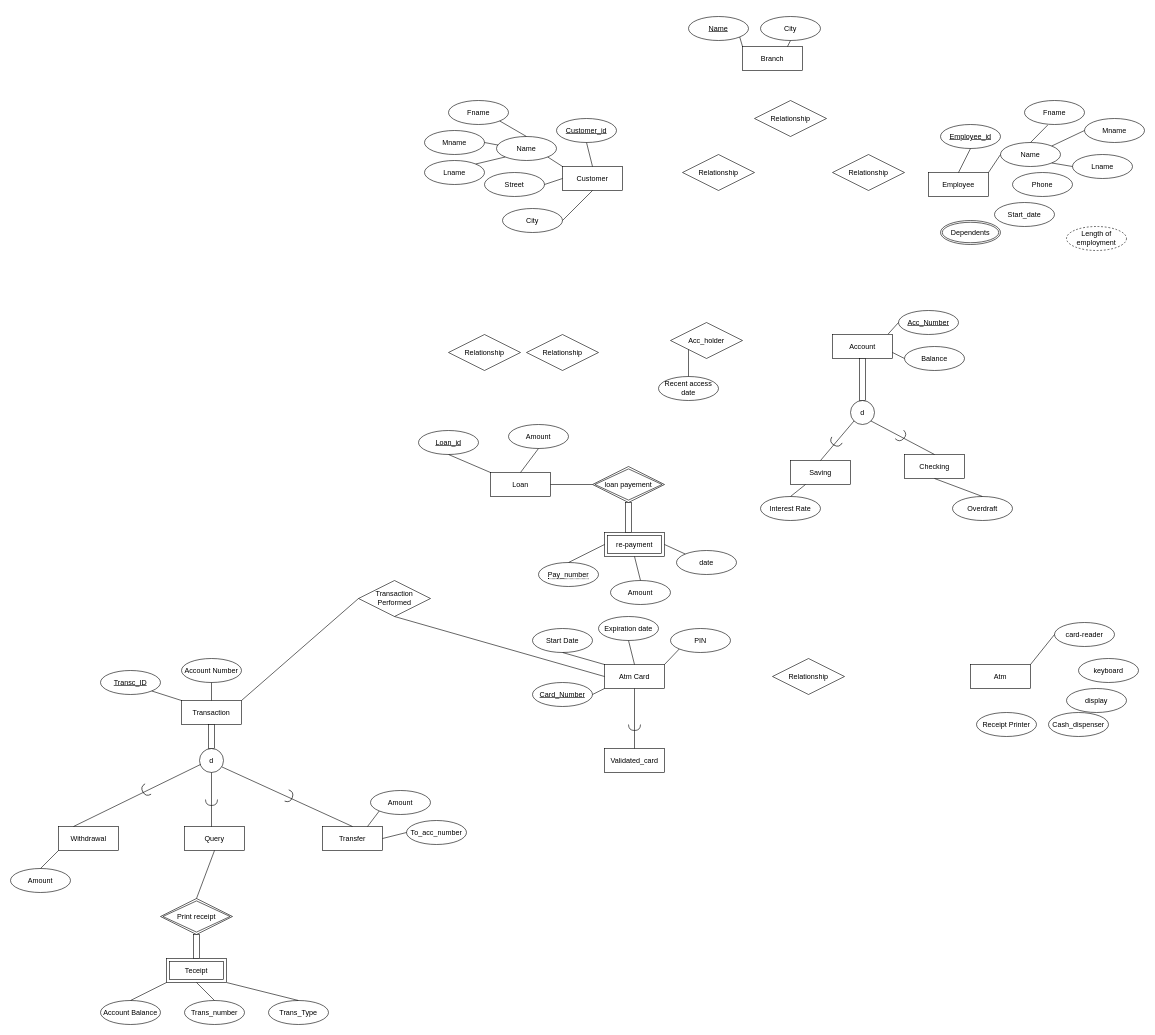
Before: Lab3.drawio in MuhammadIrfan92/Database-Engineering-Semester-7, a draw.io diagram. Source tidied: cells renumbered, new cells numbered last; positions are measured from the earlier drawing's top-left corner, leaving out a move shared by most shapes. Both pictures are drawn from the tidied source at 60%, with x=0, y=0 at pixel (10, 16).
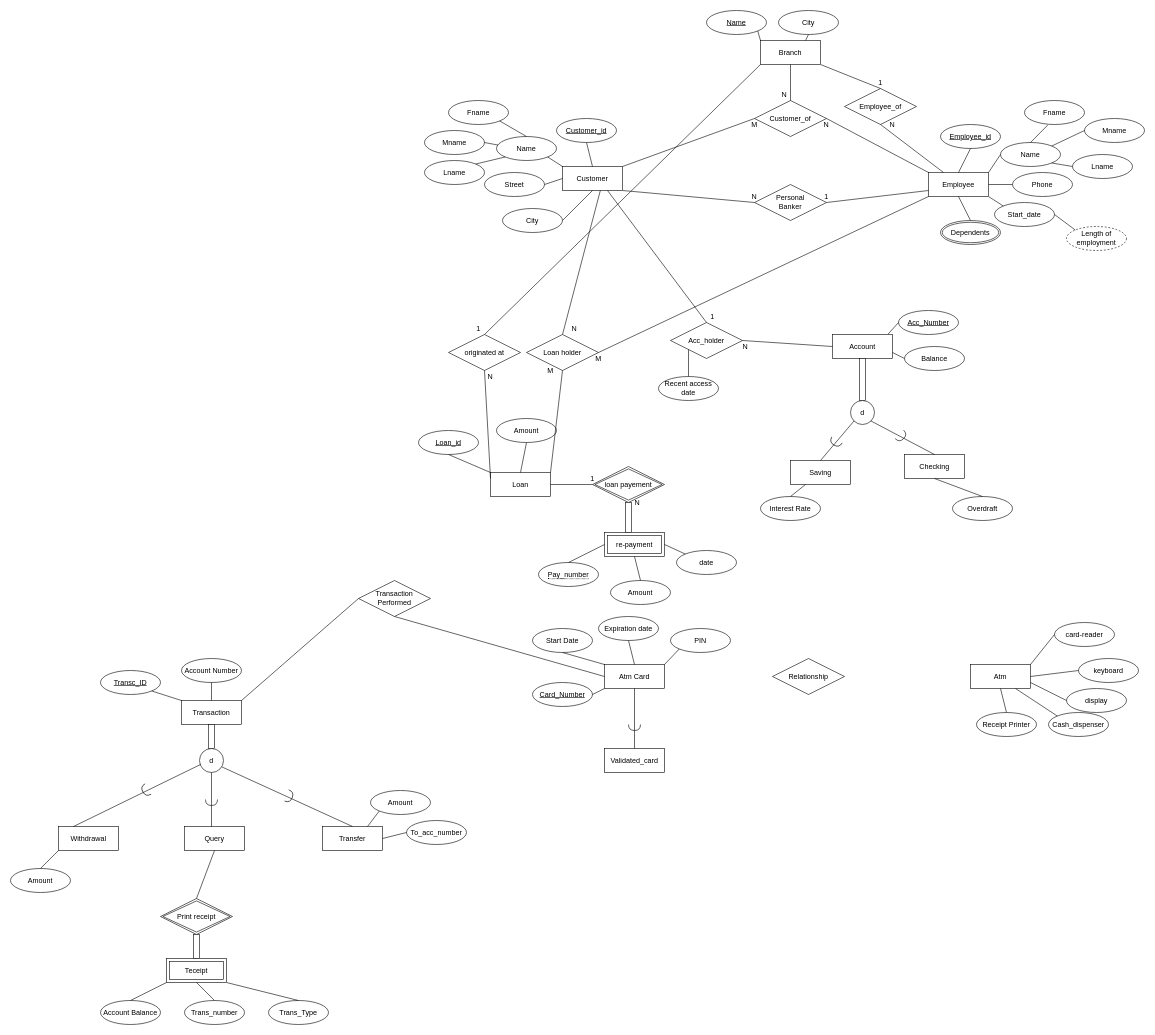
Above is the later version.

The change refers to these unchanged cells:
```xml
<mxCell id="5" value="Customer" style="whiteSpace=wrap;html=1;align=center;" parent="1" vertex="1">
  <mxGeometry x="920" y="250" width="100" height="40" as="geometry" />
</mxCell>
<mxCell id="10" value="Employee" style="whiteSpace=wrap;html=1;align=center;" parent="1" vertex="1">
  <mxGeometry x="1530" y="260" width="100" height="40" as="geometry" />
</mxCell>
<mxCell id="13" value="Phone" style="ellipse;whiteSpace=wrap;html=1;align=center;" parent="1" vertex="1">
  <mxGeometry x="1670" y="260" width="100" height="40" as="geometry" />
</mxCell>
<mxCell id="14" value="Start_date" style="ellipse;whiteSpace=wrap;html=1;align=center;" parent="1" vertex="1">
  <mxGeometry x="1640" y="310" width="100" height="40" as="geometry" />
</mxCell>
<mxCell id="15" value="Dependents" style="ellipse;shape=doubleEllipse;margin=3;whiteSpace=wrap;html=1;align=center;" parent="1" vertex="1">
  <mxGeometry x="1550" y="340" width="100" height="40" as="geometry" />
</mxCell>
<mxCell id="16" value="Account" style="whiteSpace=wrap;html=1;align=center;" parent="1" vertex="1">
  <mxGeometry x="1370" y="530" width="100" height="40" as="geometry" />
</mxCell>
<mxCell id="24" value="Acc_holder" style="shape=rhombus;perimeter=rhombusPerimeter;whiteSpace=wrap;html=1;align=center;" parent="1" vertex="1">
  <mxGeometry x="1100" y="510" width="120" height="60" as="geometry" />
</mxCell>
<mxCell id="31" value="Loan" style="whiteSpace=wrap;html=1;align=center;" parent="1" vertex="1">
  <mxGeometry x="800" y="760" width="100" height="40" as="geometry" />
</mxCell>
<mxCell id="39" value="Atm" style="whiteSpace=wrap;html=1;align=center;" parent="1" vertex="1">
  <mxGeometry x="1600" y="1080" width="100" height="40" as="geometry" />
</mxCell>
<mxCell id="41" value="keyboard" style="ellipse;whiteSpace=wrap;html=1;align=center;" parent="1" vertex="1">
  <mxGeometry x="1780" y="1070" width="100" height="40" as="geometry" />
</mxCell>
<mxCell id="42" value="display" style="ellipse;whiteSpace=wrap;html=1;align=center;" parent="1" vertex="1">
  <mxGeometry x="1760" y="1120" width="100" height="40" as="geometry" />
</mxCell>
<mxCell id="43" value="Receipt Printer" style="ellipse;whiteSpace=wrap;html=1;align=center;" parent="1" vertex="1">
  <mxGeometry x="1610" y="1160" width="100" height="40" as="geometry" />
</mxCell>
<mxCell id="70" value="Length of employment" style="ellipse;whiteSpace=wrap;html=1;align=center;dashed=1;" parent="1" vertex="1">
  <mxGeometry x="1760" y="350" width="100" height="40" as="geometry" />
</mxCell>
<mxCell id="72" value="Cash_dispenser" style="ellipse;whiteSpace=wrap;html=1;align=center;" parent="1" vertex="1">
  <mxGeometry x="1730" y="1160" width="100" height="40" as="geometry" />
</mxCell>
```

What changed in the source:
```diff
@@
     <mxCell id="2" value="Branch" style="whiteSpace=wrap;html=1;align=center;" parent="1" vertex="1">
-      <mxGeometry x="1220" y="50" width="100" height="40" as="geometry" />
+      <mxGeometry x="1250" y="40" width="100" height="40" as="geometry" />
     </mxCell>
     <mxCell id="3" value="Name" style="ellipse;whiteSpace=wrap;html=1;align=center;fontStyle=4;" parent="1" vertex="1">
-      <mxGeometry x="1130" width="100" height="40" as="geometry" />
+      <mxGeometry x="1160" y="-10" width="100" height="40" as="geometry" />
     </mxCell>
     <mxCell id="4" value="City" style="ellipse;whiteSpace=wrap;html=1;align=center;" parent="1" vertex="1">
-      <mxGeometry x="1250" width="100" height="40" as="geometry" />
+      <mxGeometry x="1280" y="-10" width="100" height="40" as="geometry" />
     </mxCell>
@@
-    <mxCell id="26" value="Relationship" style="shape=rhombus;perimeter=rhombusPerimeter;whiteSpace=wrap;html=1;align=center;" parent="1" vertex="1">
+    <mxCell id="26" value="Customer_of" style="shape=rhombus;perimeter=rhombusPerimeter;whiteSpace=wrap;html=1;align=center;" parent="1" vertex="1">
       <mxGeometry x="1240" y="140" width="120" height="60" as="geometry" />
     </mxCell>
-    <mxCell id="27" value="Relationship" style="shape=rhombus;perimeter=rhombusPerimeter;whiteSpace=wrap;html=1;align=center;" parent="1" vertex="1">
-      <mxGeometry x="1120" y="230" width="120" height="60" as="geometry" />
+    <mxCell id="27" value="Personal&lt;br&gt;Banker" style="shape=rhombus;perimeter=rhombusPerimeter;whiteSpace=wrap;html=1;align=center;" parent="1" vertex="1">
+      <mxGeometry x="1240" y="280" width="120" height="60" as="geometry" />
     </mxCell>
-    <mxCell id="28" value="Relationship" style="shape=rhombus;perimeter=rhombusPerimeter;whiteSpace=wrap;html=1;align=center;" parent="1" vertex="1">
-      <mxGeometry x="1370" y="230" width="120" height="60" as="geometry" />
+    <mxCell id="28" value="Employee_of" style="shape=rhombus;perimeter=rhombusPerimeter;whiteSpace=wrap;html=1;align=center;" parent="1" vertex="1">
+      <mxGeometry x="1390" y="120" width="120" height="60" as="geometry" />
     </mxCell>
-    <mxCell id="29" value="Relationship" style="shape=rhombus;perimeter=rhombusPerimeter;whiteSpace=wrap;html=1;align=center;" parent="1" vertex="1">
+    <mxCell id="29" value="Loan holder" style="shape=rhombus;perimeter=rhombusPerimeter;whiteSpace=wrap;html=1;align=center;" parent="1" vertex="1">
       <mxGeometry x="860" y="530" width="120" height="60" as="geometry" />
     </mxCell>
-    <mxCell id="30" value="Relationship" style="shape=rhombus;perimeter=rhombusPerimeter;whiteSpace=wrap;html=1;align=center;" parent="1" vertex="1">
+    <mxCell id="30" value="originated at" style="shape=rhombus;perimeter=rhombusPerimeter;whiteSpace=wrap;html=1;align=center;" parent="1" vertex="1">
       <mxGeometry x="730" y="530" width="120" height="60" as="geometry" />
     </mxCell>
@@
     <mxCell id="33" value="Amount" style="ellipse;whiteSpace=wrap;html=1;align=center;" parent="1" vertex="1">
-      <mxGeometry x="830" y="680" width="100" height="40" as="geometry" />
+      <mxGeometry x="810" y="670" width="100" height="40" as="geometry" />
     </mxCell>
@@
+    <mxCell id="134" style="endArrow=none;html=1;exitX=0.5;exitY=1;exitDx=0;exitDy=0;entryX=0.5;entryY=0;entryDx=0;entryDy=0;" parent="1" edge="1" source="39" target="43">
+      <mxGeometry relative="1" as="geometry" />
+    </mxCell>
+    <mxCell id="135" style="endArrow=none;html=1;exitX=1;exitY=0.5;exitDx=0;exitDy=0;entryX=0;entryY=0.5;entryDx=0;entryDy=0;" parent="1" edge="1" source="39" target="41">
+      <mxGeometry relative="1" as="geometry" />
+    </mxCell>
+    <mxCell id="136" style="endArrow=none;html=1;exitX=1;exitY=0.75;exitDx=0;exitDy=0;entryX=0;entryY=0.5;entryDx=0;entryDy=0;" parent="1" edge="1" source="39" target="42">
+      <mxGeometry relative="1" as="geometry" />
+    </mxCell>
+    <mxCell id="137" style="endArrow=none;html=1;exitX=0.75;exitY=1;exitDx=0;exitDy=0;entryX=0;entryY=0;entryDx=0;entryDy=0;" parent="1" edge="1" source="39" target="72">
+      <mxGeometry relative="1" as="geometry" />
+    </mxCell>
+    <mxCell id="138" style="endArrow=none;html=1;exitX=1;exitY=0;exitDx=0;exitDy=0;entryX=0;entryY=0.5;entryDx=0;entryDy=0;" parent="1" edge="1" source="5" target="26">
+      <mxGeometry relative="1" as="geometry" />
+    </mxCell>
+    <mxCell id="139" style="endArrow=none;html=1;exitX=1;exitY=0.5;exitDx=0;exitDy=0;entryX=0;entryY=0;entryDx=0;entryDy=0;" parent="1" edge="1" source="26" target="10">
+      <mxGeometry relative="1" as="geometry" />
+    </mxCell>
+    <mxCell id="140" style="endArrow=none;html=1;exitX=0.5;exitY=0;exitDx=0;exitDy=0;entryX=0.5;entryY=1;entryDx=0;entryDy=0;" parent="1" edge="1" source="26" target="2">
+      <mxGeometry relative="1" as="geometry" />
+    </mxCell>
+    <mxCell id="141" style="endArrow=none;html=1;exitX=1;exitY=0.5;exitDx=0;exitDy=0;entryX=0;entryY=0.75;entryDx=0;entryDy=0;" parent="1" edge="1" source="27" target="10">
+      <mxGeometry relative="1" as="geometry" />
+    </mxCell>
+    <mxCell id="142" style="endArrow=none;html=1;exitX=1;exitY=1;exitDx=0;exitDy=0;entryX=0;entryY=0.5;entryDx=0;entryDy=0;" parent="1" edge="1" source="5" target="27">
+      <mxGeometry relative="1" as="geometry" />
+    </mxCell>
+    <mxCell id="143" style="endArrow=none;html=1;entryX=1;entryY=1;entryDx=0;entryDy=0;exitX=0.5;exitY=0;exitDx=0;exitDy=0;" parent="1" edge="1" source="28" target="2">
+      <mxGeometry relative="1" as="geometry" />
+    </mxCell>
+    <mxCell id="144" style="endArrow=none;html=1;entryX=0.5;entryY=1;entryDx=0;entryDy=0;exitX=0.25;exitY=0;exitDx=0;exitDy=0;" parent="1" edge="1" source="10" target="28">
+      <mxGeometry relative="1" as="geometry" />
+    </mxCell>
+    <mxCell id="145" value="1" style="text;html=1;strokeColor=none;fillColor=none;align=center;verticalAlign=middle;whiteSpace=wrap;rounded=0;" parent="1" vertex="1">
+      <mxGeometry x="1430" y="100" width="40" height="20" as="geometry" />
+    </mxCell>
+    <mxCell id="146" style="endArrow=none;html=1;exitX=1;exitY=0.5;exitDx=0;exitDy=0;entryX=0;entryY=0.5;entryDx=0;entryDy=0;" parent="1" edge="1" source="10" target="13">
+      <mxGeometry relative="1" as="geometry" />
+    </mxCell>
+    <mxCell id="147" style="endArrow=none;html=1;exitX=1;exitY=1;exitDx=0;exitDy=0;entryX=0;entryY=0;entryDx=0;entryDy=0;" parent="1" edge="1" source="10" target="14">
+      <mxGeometry relative="1" as="geometry" />
+    </mxCell>
+    <mxCell id="148" style="endArrow=none;html=1;entryX=0;entryY=0;entryDx=0;entryDy=0;exitX=1;exitY=0.5;exitDx=0;exitDy=0;" parent="1" edge="1" source="14" target="70">
+      <mxGeometry relative="1" as="geometry" />
+    </mxCell>
+    <mxCell id="149" style="endArrow=none;html=1;exitX=0.5;exitY=1;exitDx=0;exitDy=0;entryX=0.5;entryY=0;entryDx=0;entryDy=0;" parent="1" edge="1" source="10" target="15">
+      <mxGeometry relative="1" as="geometry" />
+    </mxCell>
+    <mxCell id="150" value="N" style="text;html=1;strokeColor=none;fillColor=none;align=center;verticalAlign=middle;whiteSpace=wrap;rounded=0;" parent="1" vertex="1">
+      <mxGeometry x="1450" y="170" width="40" height="20" as="geometry" />
+    </mxCell>
+    <mxCell id="151" value="N" style="text;html=1;strokeColor=none;fillColor=none;align=center;verticalAlign=middle;whiteSpace=wrap;rounded=0;" parent="1" vertex="1">
+      <mxGeometry x="1270" y="120" width="40" height="20" as="geometry" />
+    </mxCell>
+    <mxCell id="152" value="M" style="text;html=1;strokeColor=none;fillColor=none;align=center;verticalAlign=middle;whiteSpace=wrap;rounded=0;" parent="1" vertex="1">
+      <mxGeometry x="1220" y="170" width="40" height="20" as="geometry" />
+    </mxCell>
+    <mxCell id="153" value="N" style="text;html=1;strokeColor=none;fillColor=none;align=center;verticalAlign=middle;whiteSpace=wrap;rounded=0;" parent="1" vertex="1">
+      <mxGeometry x="1340" y="170" width="40" height="20" as="geometry" />
+    </mxCell>
+    <mxCell id="154" value="1" style="text;html=1;strokeColor=none;fillColor=none;align=center;verticalAlign=middle;whiteSpace=wrap;rounded=0;" parent="1" vertex="1">
+      <mxGeometry x="1340" y="290" width="40" height="20" as="geometry" />
+    </mxCell>
+    <mxCell id="155" value="N" style="text;html=1;strokeColor=none;fillColor=none;align=center;verticalAlign=middle;whiteSpace=wrap;rounded=0;" parent="1" vertex="1">
+      <mxGeometry x="1220" y="290" width="40" height="20" as="geometry" />
+    </mxCell>
+    <mxCell id="156" style="endArrow=none;html=1;entryX=0.75;entryY=1;entryDx=0;entryDy=0;exitX=0.5;exitY=0;exitDx=0;exitDy=0;" parent="1" edge="1" source="24" target="5">
+      <mxGeometry relative="1" as="geometry" />
+    </mxCell>
+    <mxCell id="157" style="endArrow=none;html=1;exitX=1;exitY=0.5;exitDx=0;exitDy=0;entryX=0;entryY=0.5;entryDx=0;entryDy=0;" parent="1" edge="1" source="24" target="16">
+      <mxGeometry relative="1" as="geometry" />
+    </mxCell>
+    <mxCell id="158" value="N" style="text;html=1;strokeColor=none;fillColor=none;align=center;verticalAlign=middle;whiteSpace=wrap;rounded=0;" parent="1" vertex="1">
+      <mxGeometry x="1205" y="540" width="40" height="20" as="geometry" />
+    </mxCell>
+    <mxCell id="159" value="1" style="text;html=1;strokeColor=none;fillColor=none;align=center;verticalAlign=middle;whiteSpace=wrap;rounded=0;" parent="1" vertex="1">
+      <mxGeometry x="1150" y="490" width="40" height="20" as="geometry" />
+    </mxCell>
+    <mxCell id="160" style="endArrow=none;html=1;entryX=0.631;entryY=0.995;entryDx=0;entryDy=0;entryPerimeter=0;exitX=0.5;exitY=0;exitDx=0;exitDy=0;" parent="1" edge="1" source="29" target="5">
+      <mxGeometry relative="1" as="geometry" />
+    </mxCell>
+    <mxCell id="161" style="endArrow=none;html=1;exitX=0.5;exitY=1;exitDx=0;exitDy=0;entryX=1;entryY=0;entryDx=0;entryDy=0;" parent="1" edge="1" source="29" target="31">
+      <mxGeometry relative="1" as="geometry" />
+    </mxCell>
+    <mxCell id="162" style="endArrow=none;html=1;exitX=0.5;exitY=1;exitDx=0;exitDy=0;entryX=0;entryY=0.25;entryDx=0;entryDy=0;" parent="1" edge="1" source="30" target="31">
+      <mxGeometry relative="1" as="geometry" />
+    </mxCell>
+    <mxCell id="163" style="endArrow=none;html=1;exitX=0.5;exitY=0;exitDx=0;exitDy=0;entryX=0;entryY=1;entryDx=0;entryDy=0;" parent="1" edge="1" source="30" target="2">
+      <mxGeometry relative="1" as="geometry" />
+    </mxCell>
+    <mxCell id="164" value="N" style="text;html=1;strokeColor=none;fillColor=none;align=center;verticalAlign=middle;whiteSpace=wrap;rounded=0;" parent="1" vertex="1">
+      <mxGeometry x="920" y="510" width="40" height="20" as="geometry" />
+    </mxCell>
+    <mxCell id="165" value="M" style="text;html=1;strokeColor=none;fillColor=none;align=center;verticalAlign=middle;whiteSpace=wrap;rounded=0;" parent="1" vertex="1">
+      <mxGeometry x="880" y="580" width="40" height="20" as="geometry" />
+    </mxCell>
+    <mxCell id="166" style="endArrow=none;html=1;exitX=1;exitY=0.5;exitDx=0;exitDy=0;entryX=0;entryY=1;entryDx=0;entryDy=0;" parent="1" edge="1" source="29" target="10">
+      <mxGeometry relative="1" as="geometry" />
+    </mxCell>
+    <mxCell id="167" value="M" style="text;html=1;strokeColor=none;fillColor=none;align=center;verticalAlign=middle;whiteSpace=wrap;rounded=0;" parent="1" vertex="1">
+      <mxGeometry x="960" y="560" width="40" height="20" as="geometry" />
+    </mxCell>
+    <mxCell id="168" value="1" style="text;html=1;strokeColor=none;fillColor=none;align=center;verticalAlign=middle;whiteSpace=wrap;rounded=0;" parent="1" vertex="1">
+      <mxGeometry x="760" y="510" width="40" height="20" as="geometry" />
+    </mxCell>
+    <mxCell id="169" value="N" style="text;html=1;strokeColor=none;fillColor=none;align=center;verticalAlign=middle;whiteSpace=wrap;rounded=0;" parent="1" vertex="1">
+      <mxGeometry x="780" y="590" width="40" height="20" as="geometry" />
+    </mxCell>
+    <mxCell id="170" value="N" style="text;html=1;strokeColor=none;fillColor=none;align=center;verticalAlign=middle;whiteSpace=wrap;rounded=0;" parent="1" vertex="1">
+      <mxGeometry x="1025" y="800" width="40" height="20" as="geometry" />
+    </mxCell>
+    <mxCell id="171" value="1" style="text;html=1;strokeColor=none;fillColor=none;align=center;verticalAlign=middle;whiteSpace=wrap;rounded=0;" parent="1" vertex="1">
+      <mxGeometry x="950" y="760" width="40" height="20" as="geometry" />
+    </mxCell>
```
